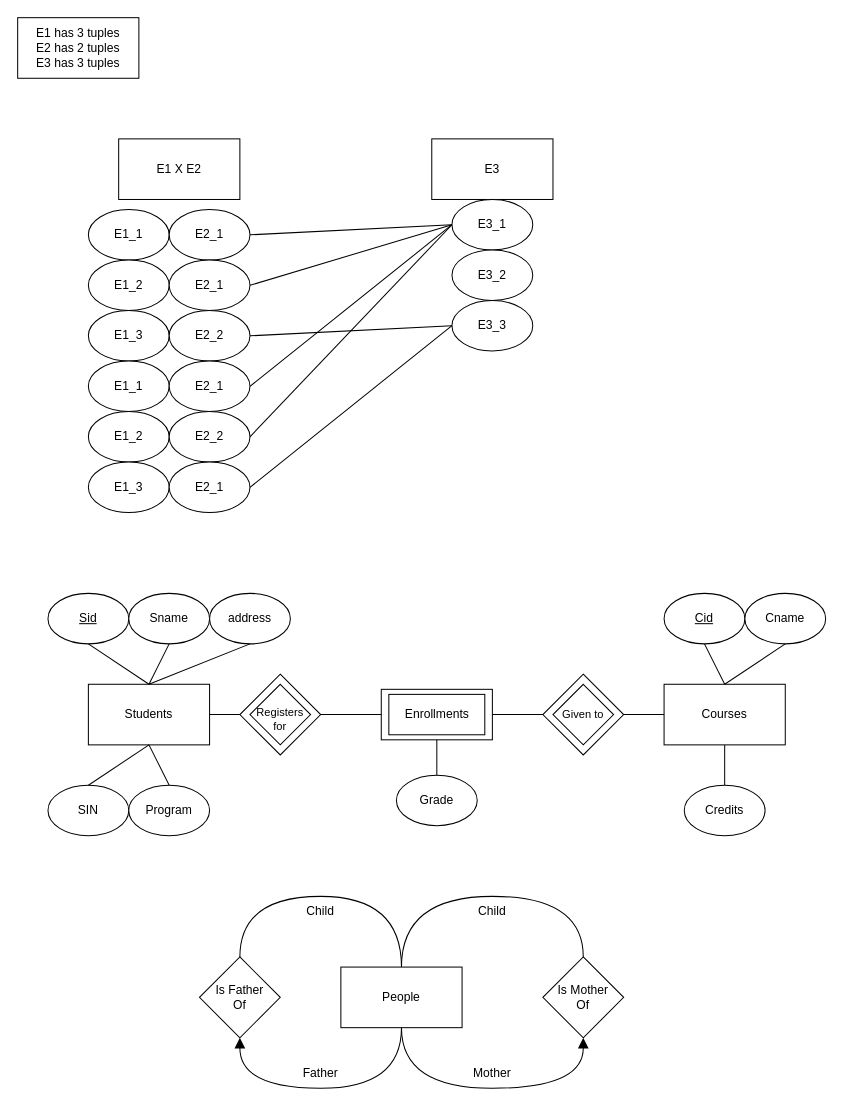
Earlier version of the draw.io diagram Temp.drawio (critschris/COMP353). Source tidied: cells renumbered, new cells numbered last; positions are measured from the earlier drawing's top-left corner, leaving out a move shared by most shapes. Both pictures are drawn from the tidied source at 101%, with x=0, y=0 at pixel (17, 17).
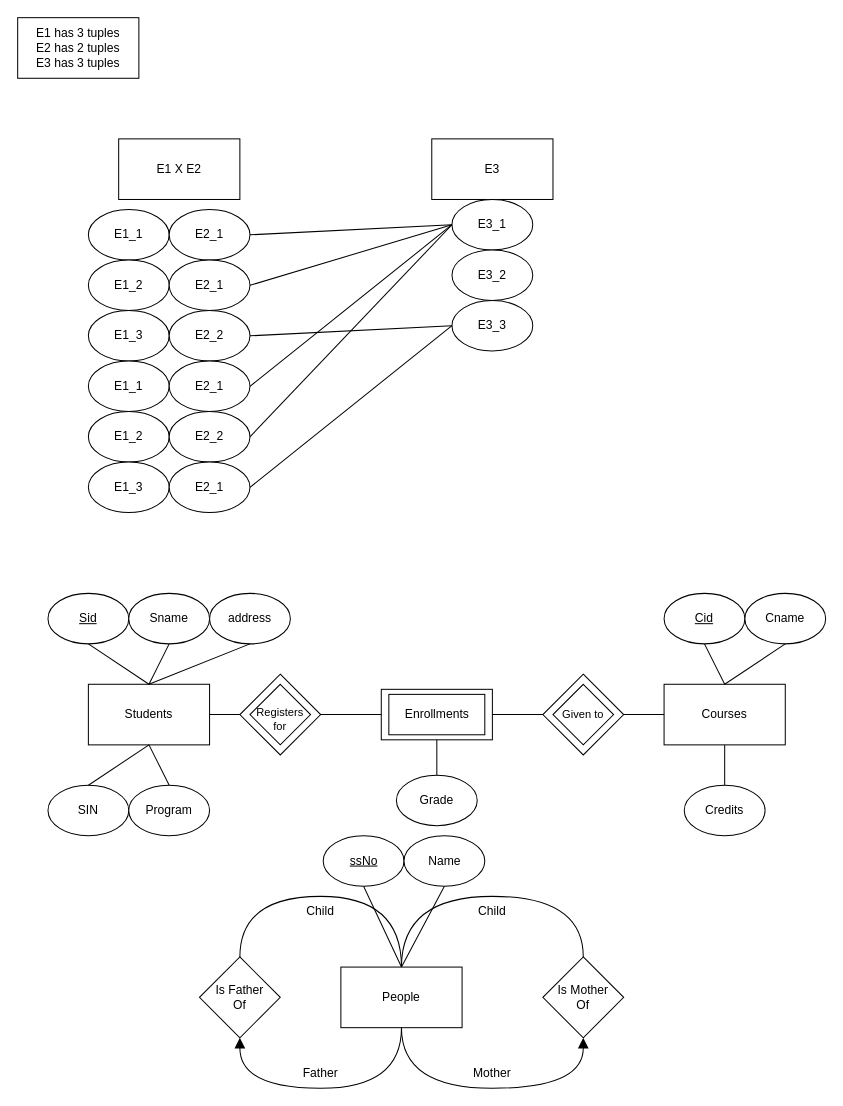
After the change.

Unchanged cells that the change refers to:
```xml
<mxCell id="58" value="People" style="rounded=0;whiteSpace=wrap;html=1;" parent="1" vertex="1">
  <mxGeometry x="320" y="940" width="120" height="60" as="geometry" />
</mxCell>
```

What changed in the source:
```diff
@@
+    <mxCell id="70" value="&lt;u&gt;ssNo&lt;/u&gt;" style="ellipse;whiteSpace=wrap;html=1;" parent="1" vertex="1">
+      <mxGeometry x="302.5" y="810" width="80" height="50" as="geometry" />
+    </mxCell>
+    <mxCell id="71" value="Name" style="ellipse;whiteSpace=wrap;html=1;" parent="1" vertex="1">
+      <mxGeometry x="382.5" y="810" width="80" height="50" as="geometry" />
+    </mxCell>
+    <mxCell id="72" style="endArrow=none;html=1;rounded=0;fontSize=12;startSize=8;endSize=8;curved=1;entryX=0.5;entryY=1;entryDx=0;entryDy=0;exitX=0.5;exitY=0;exitDx=0;exitDy=0;" parent="1" edge="1" source="58" target="70">
+      <mxGeometry relative="1" as="geometry" />
+    </mxCell>
+    <mxCell id="73" style="endArrow=none;html=1;rounded=0;fontSize=12;startSize=8;endSize=8;curved=1;entryX=0.5;entryY=1;entryDx=0;entryDy=0;exitX=0.5;exitY=0;exitDx=0;exitDy=0;" parent="1" edge="1" source="58" target="71">
+      <mxGeometry relative="1" as="geometry" />
+    </mxCell>
```
